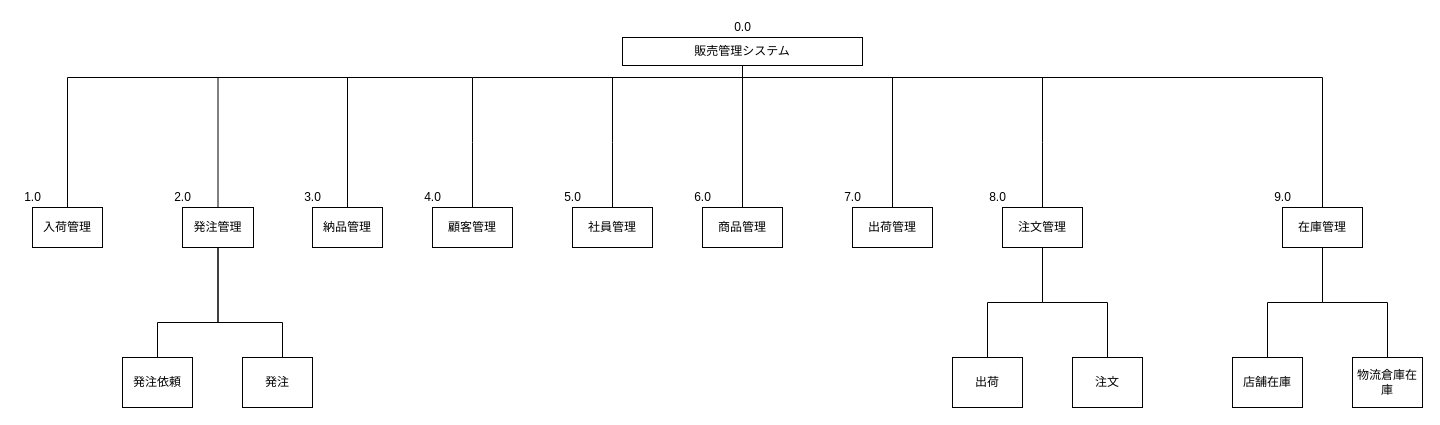
Earlier version of the draw.io diagram システム構造図.drawio (Yamanin3/system-devel). Source tidied: cells renumbered, new cells numbered last; positions are measured from the earlier drawing's top-left corner, leaving out a move shared by most shapes. Both pictures are drawn from the tidied source at 100%, with x=0, y=0 at pixel (-63, 17).
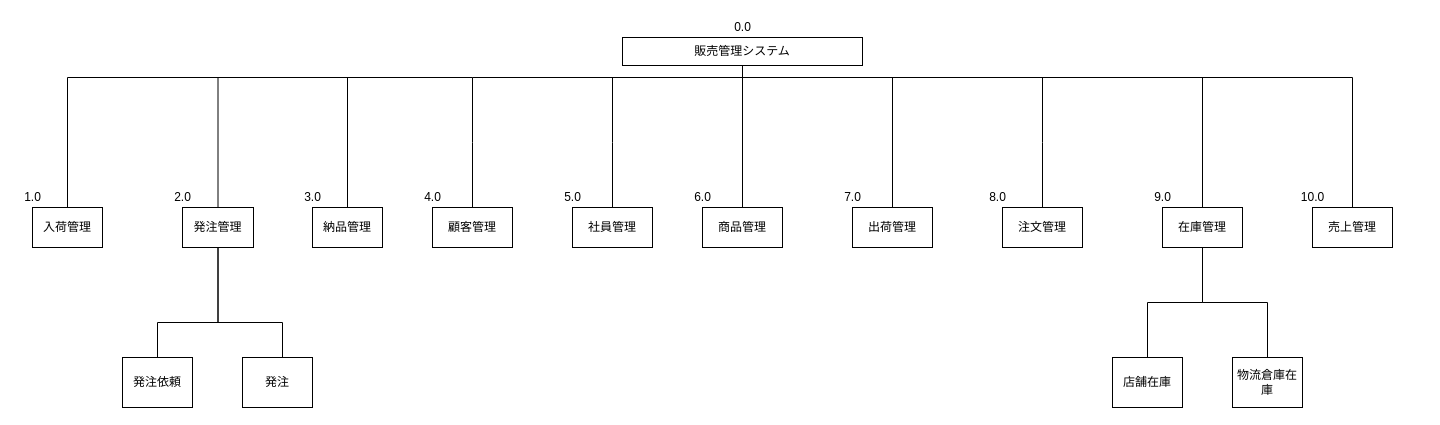
The same page after the edit.

The change refers to these unchanged cells:
```xml
<mxCell id="15" value="注文管理" style="whiteSpace=wrap;html=1;align=center;verticalAlign=middle;rounded=0;" parent="1" vertex="1">
  <mxGeometry x="1065" y="190" width="80" height="40" as="geometry" />
</mxCell>
```

Change to the diagram source:
```diff
@@
     <mxCell id="9" value="在庫管理" style="whiteSpace=wrap;html=1;align=center;verticalAlign=middle;rounded=0;" parent="1" vertex="1">
-      <mxGeometry x="1345" y="190" width="80" height="40" as="geometry" />
+      <mxGeometry x="1225" y="190" width="80" height="40" as="geometry" />
     </mxCell>
-    <mxCell id="10" style="edgeStyle=elbowEdgeStyle;elbow=vertical;startArrow=none;endArrow=none;rounded=0;" parent="1" edge="1" target="9">
+    <mxCell id="10" style="edgeStyle=elbowEdgeStyle;elbow=vertical;startArrow=none;endArrow=none;rounded=0;entryX=0.5;entryY=0;entryDx=0;entryDy=0;" parent="1" edge="1" target="9">
       <mxGeometry relative="1" as="geometry">
         <mxPoint x="1075" y="60" as="sourcePoint" />
         <Array as="points">
           <mxPoint x="1225" y="60" />
           <mxPoint x="1345" y="60" />
           <mxPoint x="1125" y="60" />
           <mxPoint x="1235" y="60" />
         </Array>
       </mxGeometry>
     </mxCell>
@@
-    <mxCell id="27" value="注文" style="whiteSpace=wrap;html=1;align=center;verticalAlign=middle;" parent="1" vertex="1">
-      <mxGeometry x="1135" y="340" width="70" height="50" as="geometry" />
-    </mxCell>
-    <mxCell id="28" style="edgeStyle=elbowEdgeStyle;elbow=vertical;startArrow=none;endArrow=none;rounded=0;" parent="1" edge="1" target="27">
-      <mxGeometry relative="1" as="geometry">
-        <mxPoint x="1105" y="230" as="sourcePoint" />
-      </mxGeometry>
-    </mxCell>
-    <mxCell id="29" value="出荷" style="whiteSpace=wrap;html=1;align=center;verticalAlign=middle;" parent="1" vertex="1">
-      <mxGeometry x="1015" y="340" width="70" height="50" as="geometry" />
-    </mxCell>
-    <mxCell id="30" style="edgeStyle=elbowEdgeStyle;elbow=vertical;startArrow=none;endArrow=none;rounded=0;exitX=0.5;exitY=1;exitDx=0;exitDy=0;" parent="1" edge="1" source="15" target="29">
-      <mxGeometry relative="1" as="geometry">
-        <Array as="points">
-          <mxPoint x="1050" y="285" />
-        </Array>
-      </mxGeometry>
-    </mxCell>
     <mxCell id="31" style="edgeStyle=elbowEdgeStyle;elbow=vertical;startArrow=none;endArrow=none;rounded=0;" parent="1" edge="1">
       <mxGeometry relative="1" as="geometry">
-        <mxPoint x="1385" y="230" as="sourcePoint" />
-        <mxPoint x="1450" y="340" as="targetPoint" />
+        <mxPoint x="1265" y="230" as="sourcePoint" />
+        <mxPoint x="1330" y="340" as="targetPoint" />
       </mxGeometry>
     </mxCell>
     <mxCell id="32" style="edgeStyle=elbowEdgeStyle;elbow=vertical;startArrow=none;endArrow=none;rounded=0;exitX=0.5;exitY=1;exitDx=0;exitDy=0;" parent="1" edge="1">
       <mxGeometry relative="1" as="geometry">
-        <mxPoint x="1385" y="230" as="sourcePoint" />
-        <mxPoint x="1330" y="340" as="targetPoint" />
+        <mxPoint x="1265" y="230" as="sourcePoint" />
+        <mxPoint x="1210" y="340" as="targetPoint" />
       </mxGeometry>
     </mxCell>
     <mxCell id="33" value="物流倉庫在庫" style="whiteSpace=wrap;html=1;align=center;verticalAlign=middle;" parent="1" vertex="1">
-      <mxGeometry x="1415" y="340" width="70" height="50" as="geometry" />
+      <mxGeometry x="1295" y="340" width="70" height="50" as="geometry" />
     </mxCell>
     <mxCell id="34" value="店舗在庫" style="whiteSpace=wrap;html=1;align=center;verticalAlign=middle;" parent="1" vertex="1">
-      <mxGeometry x="1295" y="340" width="70" height="50" as="geometry" />
+      <mxGeometry x="1175" y="340" width="70" height="50" as="geometry" />
     </mxCell>
@@
     <mxCell id="44" value="9.0" style="text;html=1;align=center;verticalAlign=middle;fillColor=none;strokeColor=none;rounded=0;" parent="1" vertex="1">
-      <mxGeometry x="1330" y="170" width="30" height="20" as="geometry" />
+      <mxGeometry x="1210" y="170" width="30" height="20" as="geometry" />
     </mxCell>
+    <mxCell id="45" value="売上管理" style="whiteSpace=wrap;html=1;align=center;verticalAlign=middle;rounded=0;" parent="1" vertex="1">
+      <mxGeometry x="1375" y="190" width="80" height="40" as="geometry" />
+    </mxCell>
+    <mxCell id="46" value="10.0" style="text;html=1;align=center;verticalAlign=middle;fillColor=none;strokeColor=none;rounded=0;" parent="1" vertex="1">
+      <mxGeometry x="1355" y="170" width="40" height="20" as="geometry" />
+    </mxCell>
+    <mxCell id="47" style="edgeStyle=elbowEdgeStyle;elbow=vertical;startArrow=none;endArrow=none;rounded=0;entryX=0.5;entryY=0;entryDx=0;entryDy=0;" parent="1" edge="1">
+      <mxGeometry relative="1" as="geometry">
+        <mxPoint x="1225" y="60" as="sourcePoint" />
+        <mxPoint x="1415" y="190" as="targetPoint" />
+        <Array as="points">
+          <mxPoint x="1375" y="60" />
+          <mxPoint x="1495" y="60" />
+          <mxPoint x="1275" y="60" />
+          <mxPoint x="1385" y="60" />
+        </Array>
+      </mxGeometry>
+    </mxCell>
```
